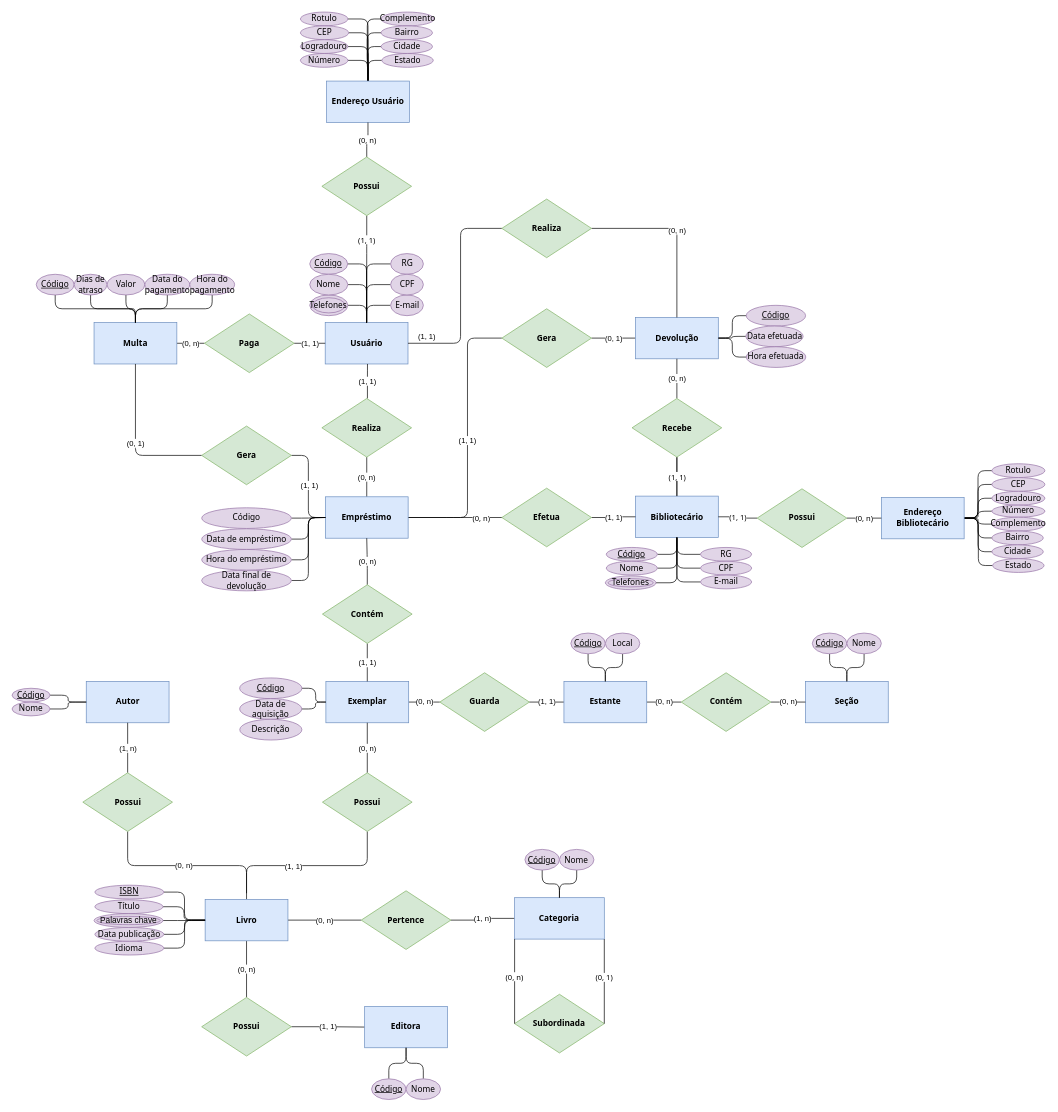
Before: DER.drawio in roberdmc/Projeto-BD-2021, a draw.io diagram. Source tidied: cells renumbered, new cells numbered last; positions are measured from the earlier drawing's top-left corner, leaving out a move shared by most shapes. Both pictures are drawn from the tidied source at 69%, with x=0, y=0 at pixel (12, 12).
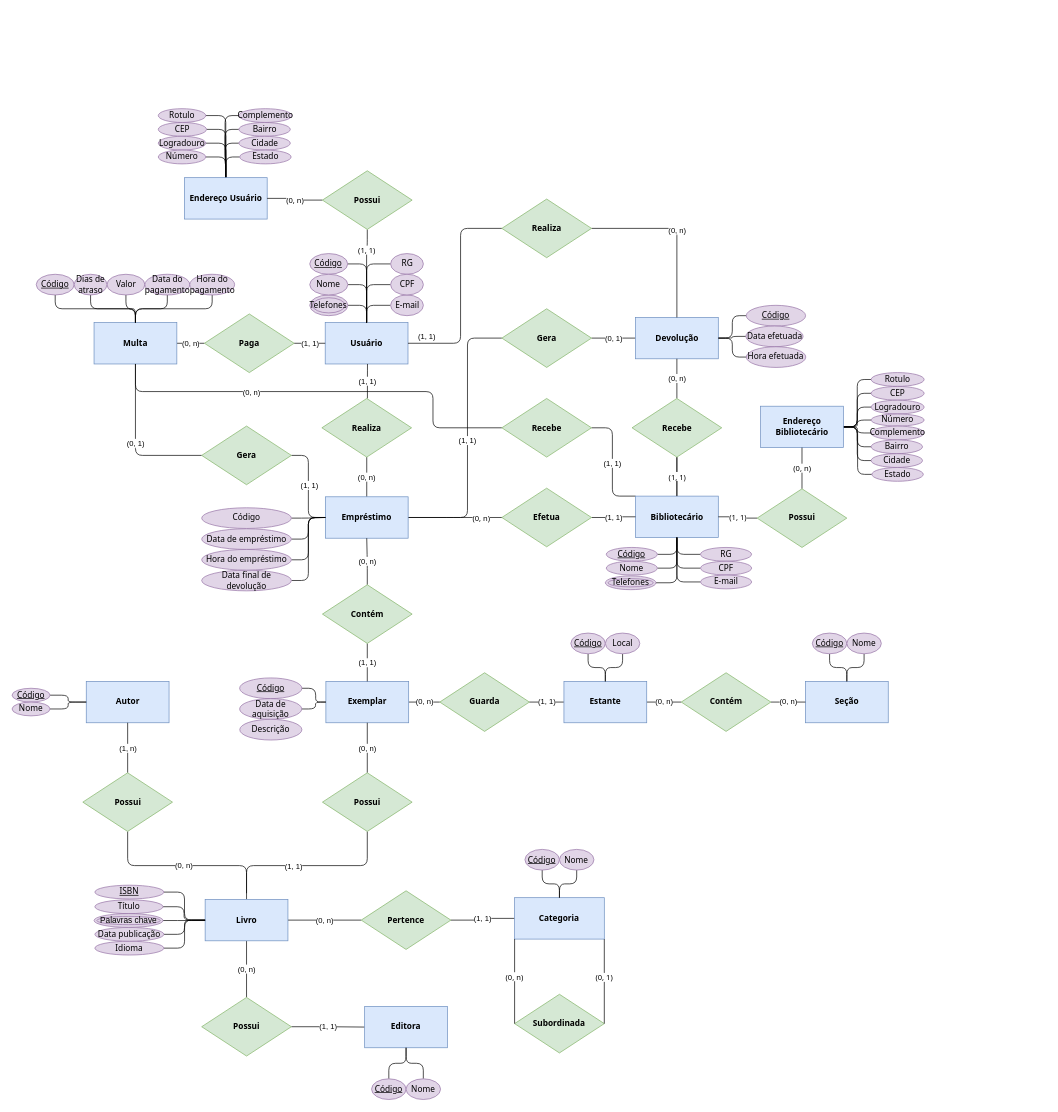
The same diagram, later.

Commit message (it also covers changes not shown here):
finish-class-diagram

Unchanged cells that the change refers to:
```xml
<mxCell id="16" value="&lt;b&gt;Pertence&lt;/b&gt;" style="rhombus;whiteSpace=wrap;html=1;fontFamily=Tahoma;strokeWidth=1;labelBorderColor=none;fillColor=#d5e8d4;strokeColor=#82b366;" parent="1" vertex="1">
  <mxGeometry x="506" y="1273.5" width="130" height="85" as="geometry" />
</mxCell>
<mxCell id="18" value="&lt;b&gt;&lt;font face=&quot;Tahoma&quot;&gt;Categoria&lt;/font&gt;&lt;/b&gt;" style="rounded=0;whiteSpace=wrap;html=1;labelBorderColor=none;fillColor=#dae8fc;strokeColor=#6c8ebf;" parent="1" vertex="1">
  <mxGeometry x="728.3" y="1283.5" width="130" height="60" as="geometry" />
</mxCell>
<mxCell id="50" value="&lt;b&gt;&lt;font face=&quot;Tahoma&quot;&gt;Multa&lt;br&gt;&lt;/font&gt;&lt;/b&gt;" style="rounded=0;whiteSpace=wrap;html=1;labelBorderColor=none;fillColor=#dae8fc;strokeColor=#6c8ebf;" parent="1" vertex="1">
  <mxGeometry x="118.8" y="450" width="120" height="60" as="geometry" />
</mxCell>
<mxCell id="52" value="&lt;b&gt;&lt;font face=&quot;Tahoma&quot;&gt;Bibliotecário&lt;br&gt;&lt;/font&gt;&lt;/b&gt;" style="rounded=0;whiteSpace=wrap;html=1;labelBorderColor=none;fillColor=#dae8fc;strokeColor=#6c8ebf;" parent="1" vertex="1">
  <mxGeometry x="903.5" y="701.5" width="120" height="60" as="geometry" />
</mxCell>
<mxCell id="180" value="&lt;b&gt;Possui&lt;/b&gt;" style="rhombus;whiteSpace=wrap;html=1;fontFamily=Tahoma;strokeWidth=1;labelBorderColor=none;fillColor=#d5e8d4;strokeColor=#82b366;" parent="1" vertex="1">
  <mxGeometry x="1079.8" y="690.9" width="130" height="85" as="geometry" />
</mxCell>
```

The edit, as a diff of the source:
```diff
@@
-    <mxCell id="17" value="(1, n)" style="edgeStyle=orthogonalEdgeStyle;jettySize=auto;html=1;exitX=0;exitY=0.5;exitDx=0;exitDy=0;endArrow=none;endFill=0;rounded=1;labelBorderColor=none;" parent="1" edge="1" source="18" target="16">
+    <mxCell id="17" value="(1, 1)" style="edgeStyle=orthogonalEdgeStyle;jettySize=auto;html=1;exitX=0;exitY=0.5;exitDx=0;exitDy=0;endArrow=none;endFill=0;rounded=1;labelBorderColor=none;" parent="1" edge="1" source="18" target="16">
       <mxGeometry relative="1" as="geometry" />
     </mxCell>
@@
+    <mxCell id="187" value="(1, 1)" style="edgeStyle=orthogonalEdgeStyle;rounded=1;jettySize=auto;html=1;exitX=0;exitY=0;exitDx=0;exitDy=0;entryX=1;entryY=0.5;entryDx=0;entryDy=0;endArrow=none;endFill=0;" parent="1" edge="1" source="52" target="190">
+      <mxGeometry relative="1" as="geometry">
+        <Array as="points">
+          <mxPoint x="870" y="701" />
+          <mxPoint x="870" y="602" />
+        </Array>
+      </mxGeometry>
+    </mxCell>
@@
     <mxCell id="135" value="Rotulo" style="ellipse;whiteSpace=wrap;html=1;fontFamily=Tahoma;strokeWidth=1;labelBorderColor=none;fillColor=#e1d5e7;strokeColor=#9673a6;" parent="1" vertex="1">
-      <mxGeometry x="417.9" width="68.8" height="20" as="geometry" />
+      <mxGeometry x="211.9" y="140" width="68.8" height="20" as="geometry" />
     </mxCell>
@@
     <mxCell id="137" value="CEP" style="ellipse;whiteSpace=wrap;html=1;fontFamily=Tahoma;strokeWidth=1;labelBorderColor=none;fillColor=#e1d5e7;strokeColor=#9673a6;" parent="1" vertex="1">
-      <mxGeometry x="417.9" y="20" width="69.9" height="20" as="geometry" />
+      <mxGeometry x="211.9" y="160" width="69.9" height="20" as="geometry" />
     </mxCell>
@@
     <mxCell id="139" value="Logradouro" style="ellipse;whiteSpace=wrap;html=1;fontFamily=Tahoma;strokeWidth=1;labelBorderColor=none;fillColor=#e1d5e7;strokeColor=#9673a6;" parent="1" vertex="1">
-      <mxGeometry x="417.9" y="40" width="68.8" height="20" as="geometry" />
+      <mxGeometry x="211.9" y="180" width="68.8" height="20" as="geometry" />
     </mxCell>
@@
     <mxCell id="141" value="Número" style="ellipse;whiteSpace=wrap;html=1;fontFamily=Tahoma;strokeWidth=1;labelBorderColor=none;fillColor=#e1d5e7;strokeColor=#9673a6;" parent="1" vertex="1">
-      <mxGeometry x="417.9" y="60" width="68.8" height="20" as="geometry" />
+      <mxGeometry x="211.9" y="200" width="68.8" height="20" as="geometry" />
     </mxCell>
@@
     <mxCell id="143" value="Complemento" style="ellipse;whiteSpace=wrap;html=1;fontFamily=Tahoma;strokeWidth=1;labelBorderColor=none;fillColor=#e1d5e7;strokeColor=#9673a6;" parent="1" vertex="1">
-      <mxGeometry x="534.8" width="76.8" height="20" as="geometry" />
+      <mxGeometry x="328.7" y="140" width="76.8" height="20" as="geometry" />
     </mxCell>
@@
     <mxCell id="145" value="Bairro" style="ellipse;whiteSpace=wrap;html=1;fontFamily=Tahoma;strokeWidth=1;labelBorderColor=none;fillColor=#e1d5e7;strokeColor=#9673a6;" parent="1" vertex="1">
-      <mxGeometry x="534.8" y="20" width="74.5" height="20" as="geometry" />
+      <mxGeometry x="328.7" y="160" width="74.5" height="20" as="geometry" />
     </mxCell>
@@
     <mxCell id="147" value="Cidade" style="ellipse;whiteSpace=wrap;html=1;fontFamily=Tahoma;strokeWidth=1;labelBorderColor=none;fillColor=#e1d5e7;strokeColor=#9673a6;" parent="1" vertex="1">
-      <mxGeometry x="534.8" y="40" width="74.5" height="20" as="geometry" />
+      <mxGeometry x="328.7" y="180" width="74.5" height="20" as="geometry" />
     </mxCell>
@@
     <mxCell id="149" value="Estado" style="ellipse;whiteSpace=wrap;html=1;fontFamily=Tahoma;strokeWidth=1;labelBorderColor=none;fillColor=#e1d5e7;strokeColor=#9673a6;" parent="1" vertex="1">
-      <mxGeometry x="535.9" y="60" width="74.5" height="20" as="geometry" />
+      <mxGeometry x="329.9" y="200" width="74.5" height="20" as="geometry" />
     </mxCell>
@@
     <mxCell id="151" value="Rotulo" style="ellipse;whiteSpace=wrap;html=1;fontFamily=Tahoma;strokeWidth=1;labelBorderColor=none;fillColor=#e1d5e7;strokeColor=#9673a6;" parent="1" vertex="1">
-      <mxGeometry x="1420" y="654.6" width="76.8" height="20" as="geometry" />
+      <mxGeometry x="1245" y="522.5" width="76.8" height="20" as="geometry" />
     </mxCell>
@@
     <mxCell id="153" value="CEP" style="ellipse;whiteSpace=wrap;html=1;fontFamily=Tahoma;strokeWidth=1;labelBorderColor=none;fillColor=#e1d5e7;strokeColor=#9673a6;" parent="1" vertex="1">
-      <mxGeometry x="1420" y="674.6" width="76.8" height="20" as="geometry" />
+      <mxGeometry x="1245" y="542.5" width="76.8" height="20" as="geometry" />
     </mxCell>
@@
     <mxCell id="155" value="Logradouro" style="ellipse;whiteSpace=wrap;html=1;fontFamily=Tahoma;strokeWidth=1;labelBorderColor=none;fillColor=#e1d5e7;strokeColor=#9673a6;" parent="1" vertex="1">
-      <mxGeometry x="1420" y="694.6" width="76.8" height="20" as="geometry" />
+      <mxGeometry x="1245" y="562.5" width="76.8" height="20" as="geometry" />
     </mxCell>
@@
     <mxCell id="157" value="Número" style="ellipse;whiteSpace=wrap;html=1;fontFamily=Tahoma;strokeWidth=1;labelBorderColor=none;fillColor=#e1d5e7;strokeColor=#9673a6;" parent="1" vertex="1">
-      <mxGeometry x="1420" y="714.6" width="76.8" height="17.5" as="geometry" />
+      <mxGeometry x="1245" y="582.5" width="76.8" height="17.5" as="geometry" />
     </mxCell>
@@
     <mxCell id="159" value="Complemento" style="ellipse;whiteSpace=wrap;html=1;fontFamily=Tahoma;strokeWidth=1;labelBorderColor=none;fillColor=#e1d5e7;strokeColor=#9673a6;" parent="1" vertex="1">
-      <mxGeometry x="1420" y="732.1" width="76.8" height="20" as="geometry" />
+      <mxGeometry x="1245" y="600" width="76.8" height="20" as="geometry" />
     </mxCell>
@@
     <mxCell id="161" value="Bairro" style="ellipse;whiteSpace=wrap;html=1;fontFamily=Tahoma;strokeWidth=1;labelBorderColor=none;fillColor=#e1d5e7;strokeColor=#9673a6;" parent="1" vertex="1">
-      <mxGeometry x="1420" y="752.1" width="74.5" height="20" as="geometry" />
+      <mxGeometry x="1245" y="620" width="74.5" height="20" as="geometry" />
     </mxCell>
@@
     <mxCell id="163" value="Cidade" style="ellipse;whiteSpace=wrap;html=1;fontFamily=Tahoma;strokeWidth=1;labelBorderColor=none;fillColor=#e1d5e7;strokeColor=#9673a6;" parent="1" vertex="1">
-      <mxGeometry x="1420" y="772.1" width="74.5" height="20" as="geometry" />
+      <mxGeometry x="1245" y="640" width="74.5" height="20" as="geometry" />
     </mxCell>
@@
     <mxCell id="165" value="Estado" style="ellipse;whiteSpace=wrap;html=1;fontFamily=Tahoma;strokeWidth=1;labelBorderColor=none;fillColor=#e1d5e7;strokeColor=#9673a6;" parent="1" vertex="1">
-      <mxGeometry x="1421.1" y="792.1" width="74.5" height="20" as="geometry" />
+      <mxGeometry x="1246.1" y="660" width="74.5" height="20" as="geometry" />
     </mxCell>
@@
     <mxCell id="177" value="&lt;b&gt;&lt;font face=&quot;Tahoma&quot;&gt;Endereço Bibliotecário&lt;br&gt;&lt;/font&gt;&lt;/b&gt;" style="rounded=0;whiteSpace=wrap;html=1;labelBorderColor=none;fillColor=#dae8fc;strokeColor=#6c8ebf;" parent="1" vertex="1">
-      <mxGeometry x="1259.8" y="703.4" width="120" height="60" as="geometry" />
+      <mxGeometry x="1084.8" y="571.2" width="120" height="60" as="geometry" />
     </mxCell>
@@
-    <mxCell id="179" value="(0, n)" style="edgeStyle=orthogonalEdgeStyle;rounded=1;jettySize=auto;html=1;exitX=1;exitY=0.5;exitDx=0;exitDy=0;entryX=0;entryY=0.5;entryDx=0;entryDy=0;fontFamily=Tahoma;endArrow=none;endFill=0;" parent="1" edge="1" source="180" target="177">
+    <mxCell id="179" value="(0, n)" style="edgeStyle=orthogonalEdgeStyle;rounded=1;jettySize=auto;html=1;exitX=0.5;exitY=0;exitDx=0;exitDy=0;entryX=0.5;entryY=1;entryDx=0;entryDy=0;fontFamily=Tahoma;endArrow=none;endFill=0;" parent="1" edge="1" source="180" target="177">
       <mxGeometry relative="1" as="geometry" />
     </mxCell>
@@
     <mxCell id="183" value="&lt;b&gt;&lt;font face=&quot;Tahoma&quot;&gt;Endereço Usuário&lt;br&gt;&lt;/font&gt;&lt;/b&gt;" style="rounded=0;whiteSpace=wrap;html=1;labelBorderColor=none;fillColor=#dae8fc;strokeColor=#6c8ebf;" parent="1" vertex="1">
-      <mxGeometry x="455.8" y="100" width="120" height="60" as="geometry" />
+      <mxGeometry x="249.7" y="240" width="120" height="60" as="geometry" />
     </mxCell>
@@
-    <mxCell id="185" value="(0, n)" style="edgeStyle=orthogonalEdgeStyle;rounded=1;jettySize=auto;html=1;exitX=0.5;exitY=0;exitDx=0;exitDy=0;entryX=0.5;entryY=1;entryDx=0;entryDy=0;fontFamily=Tahoma;endArrow=none;endFill=0;" parent="1" edge="1" source="186" target="183">
+    <mxCell id="185" value="(0, n)" style="edgeStyle=orthogonalEdgeStyle;rounded=1;jettySize=auto;html=1;exitX=0;exitY=0.5;exitDx=0;exitDy=0;entryX=1;entryY=0.5;entryDx=0;entryDy=0;fontFamily=Tahoma;endArrow=none;endFill=0;" parent="1" edge="1" source="186" target="183">
       <mxGeometry relative="1" as="geometry" />
     </mxCell>
     <mxCell id="186" value="&lt;b&gt;Possui&lt;/b&gt;" style="rhombus;whiteSpace=wrap;html=1;fontFamily=Tahoma;strokeWidth=1;labelBorderColor=none;fillColor=#d5e8d4;strokeColor=#82b366;" parent="1" vertex="1">
-      <mxGeometry x="449" y="210" width="130" height="85" as="geometry" />
+      <mxGeometry x="449.8" y="230" width="130" height="85" as="geometry" />
     </mxCell>
+    <mxCell id="188" style="edgeStyle=orthogonalEdgeStyle;rounded=1;jettySize=auto;html=1;exitX=0;exitY=0.5;exitDx=0;exitDy=0;entryX=0.5;entryY=1;entryDx=0;entryDy=0;endArrow=none;endFill=0;" parent="1" edge="1" source="190" target="50">
+      <mxGeometry relative="1" as="geometry">
+        <Array as="points">
+          <mxPoint x="610" y="602" />
+          <mxPoint x="610" y="550" />
+          <mxPoint x="179" y="550" />
+        </Array>
+      </mxGeometry>
+    </mxCell>
+    <mxCell id="189" value="(0, n)" style="edgeLabel;html=1;align=center;verticalAlign=middle;" parent="188" vertex="1">
+      <mxGeometry x="0.33" relative="1" as="geometry">
+        <mxPoint x="-1" as="offset" />
+      </mxGeometry>
+    </mxCell>
+    <mxCell id="190" value="&lt;b&gt;Recebe&lt;/b&gt;" style="rhombus;whiteSpace=wrap;html=1;fontFamily=Tahoma;strokeWidth=1;labelBorderColor=none;fillColor=#d5e8d4;strokeColor=#82b366;" parent="1" vertex="1">
+      <mxGeometry x="709.8" y="560" width="130" height="85" as="geometry" />
+    </mxCell>
```
